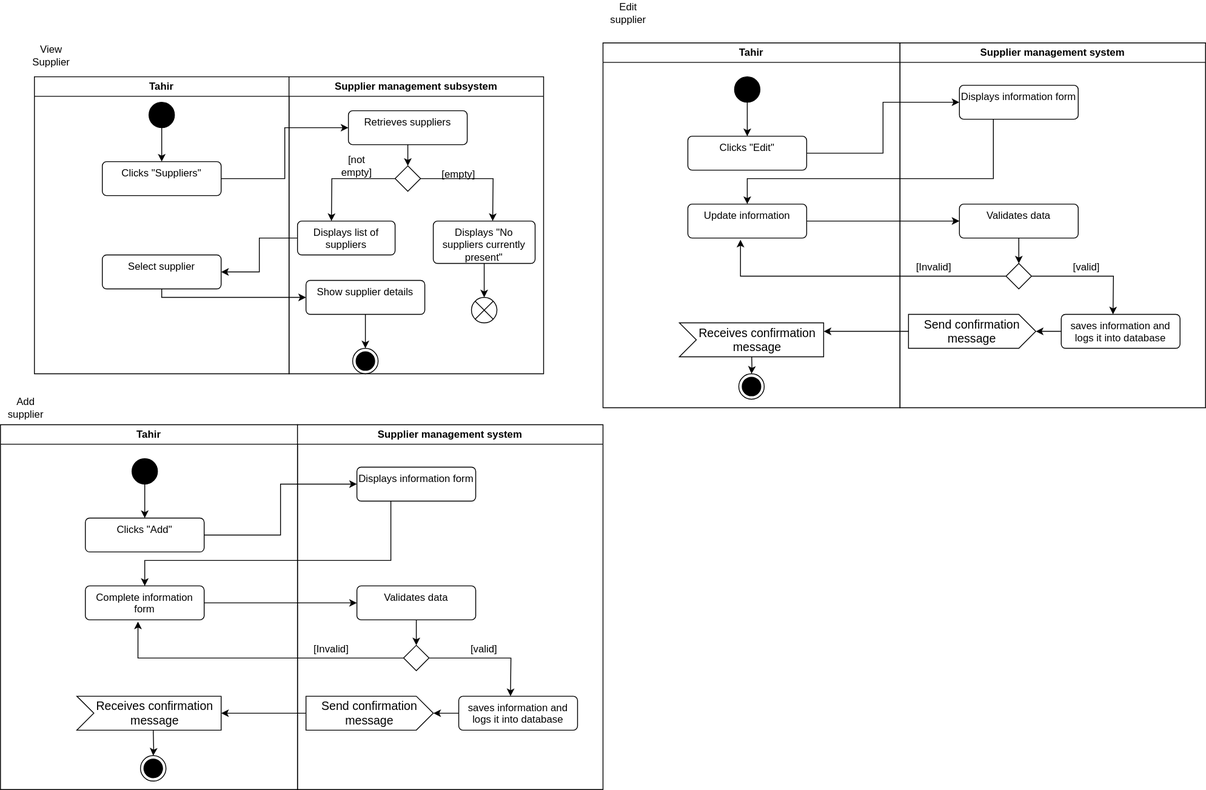
Earlier version of the draw.io export supplier_act.svg (Simamkele88/IFM3_GP). Source tidied: cells renumbered, new cells last; positions are measured from the earlier drawing's top-left corner, leaving out a move shared by most shapes.
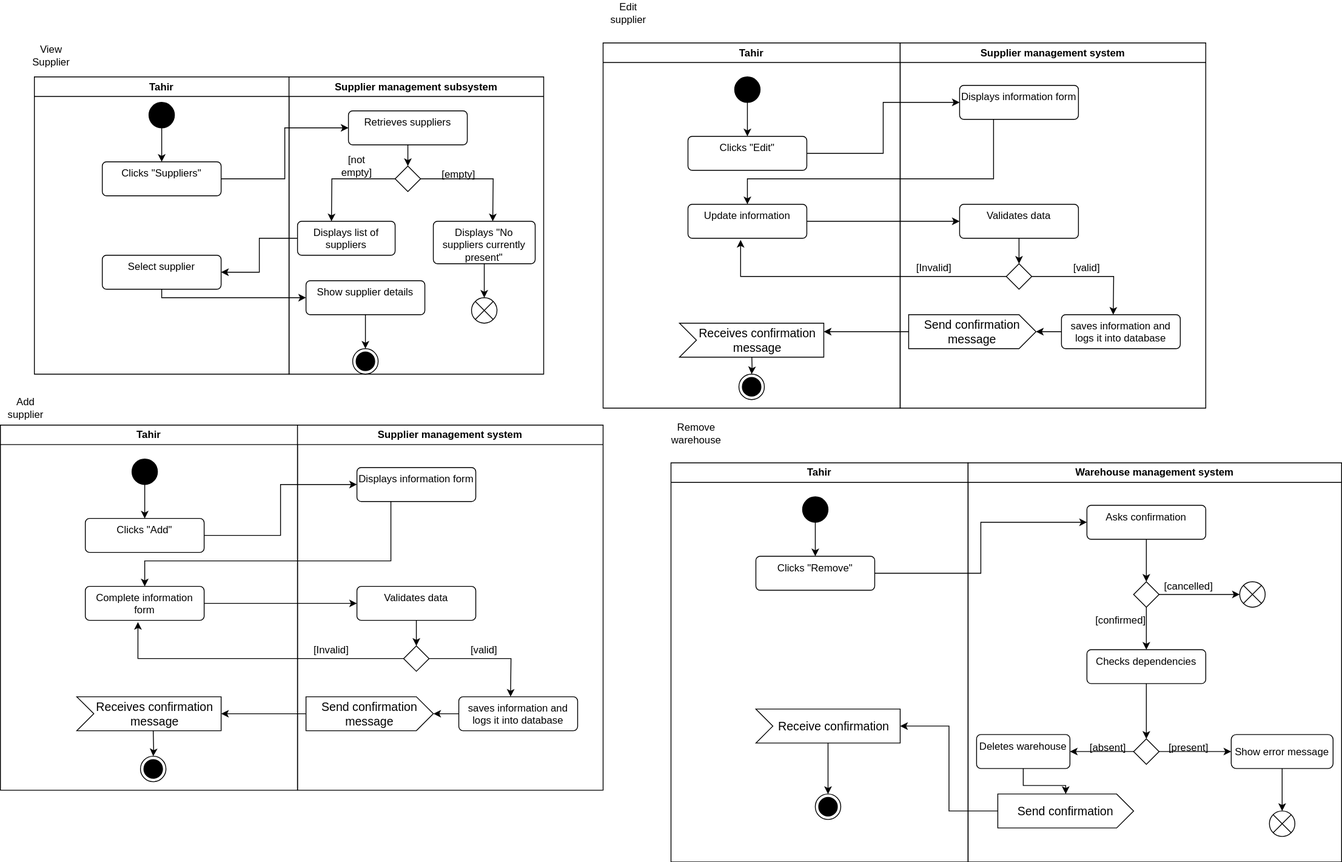
The same file after the commit.

What changed in the source:
```diff
@@ -263,5 +263,106 @@
     <mxCell id="77" value="Add supplier" style="text;html=1;align=center;verticalAlign=middle;whiteSpace=wrap;rounded=0;" parent="1" vertex="1">
       <mxGeometry y="465" width="60" height="30" as="geometry" />
     </mxCell>
+    <mxCell id="78" value="Tahir" style="swimlane;whiteSpace=wrap;html=1;" parent="1" vertex="1">
+      <mxGeometry x="790" y="544.5" width="350" height="470" as="geometry" />
+    </mxCell>
+    <mxCell id="79" style="edgeStyle=orthogonalEdgeStyle;rounded=0;jettySize=auto;html=1;" parent="78" edge="1" source="80" target="81">
+      <mxGeometry relative="1" as="geometry" />
+    </mxCell>
+    <mxCell id="80" style="ellipse;fillColor=strokeColor;html=1;" parent="78" vertex="1">
+      <mxGeometry x="155" y="40" width="30" height="30" as="geometry" />
+    </mxCell>
+    <mxCell id="81" value="Clicks &quot;Remove&quot;" style="html=1;align=center;verticalAlign=top;rounded=1;absoluteArcSize=1;arcSize=10;dashed=0;whiteSpace=wrap;" parent="78" vertex="1">
+      <mxGeometry x="100" y="110" width="140" height="40" as="geometry" />
+    </mxCell>
+    <mxCell id="82" style="ellipse;html=1;shape=endState;fillColor=strokeColor;" parent="78" vertex="1">
+      <mxGeometry x="170" y="390" width="30" height="30" as="geometry" />
+    </mxCell>
+    <mxCell id="83" style="edgeStyle=orthogonalEdgeStyle;rounded=0;jettySize=auto;html=1;" parent="78" edge="1" source="84" target="82">
+      <mxGeometry relative="1" as="geometry" />
+    </mxCell>
+    <mxCell id="84" value="Receive confirmation" style="html=1;shape=mxgraph.infographic.ribbonSimple;notch1=20;notch2=0;align=center;verticalAlign=middle;fontSize=14;fontStyle=0;fillColor=#FFFFFF;flipH=0;spacingRight=0;spacingLeft=14;whiteSpace=wrap;" parent="78" vertex="1">
+      <mxGeometry x="100" y="290" width="170" height="40" as="geometry" />
+    </mxCell>
+    <mxCell id="85" value="Warehouse management system" style="swimlane;whiteSpace=wrap;html=1;" parent="1" vertex="1">
+      <mxGeometry x="1140" y="544.5" width="440" height="470" as="geometry" />
+    </mxCell>
+    <mxCell id="86" style="edgeStyle=orthogonalEdgeStyle;rounded=0;jettySize=auto;html=1;" parent="85" edge="1" source="87" target="90">
+      <mxGeometry relative="1" as="geometry" />
+    </mxCell>
+    <mxCell id="87" value="Asks confirmation" style="html=1;align=center;verticalAlign=top;rounded=1;absoluteArcSize=1;arcSize=10;dashed=0;whiteSpace=wrap;" parent="85" vertex="1">
+      <mxGeometry x="140" y="50" width="140" height="40" as="geometry" />
+    </mxCell>
+    <mxCell id="88" style="edgeStyle=orthogonalEdgeStyle;rounded=0;jettySize=auto;html=1;" parent="85" edge="1" source="90" target="91">
+      <mxGeometry relative="1" as="geometry" />
+    </mxCell>
+    <mxCell id="89" style="edgeStyle=orthogonalEdgeStyle;rounded=0;jettySize=auto;html=1;" parent="85" edge="1" source="90" target="94">
+      <mxGeometry relative="1" as="geometry" />
+    </mxCell>
+    <mxCell id="90" style="rhombus;" parent="85" vertex="1">
+      <mxGeometry x="195" y="140" width="30" height="30" as="geometry" />
+    </mxCell>
+    <mxCell id="91" style="shape=sumEllipse;perimeter=ellipsePerimeter;html=1;backgroundOutline=1;" parent="85" vertex="1">
+      <mxGeometry x="320" y="140" width="30" height="30" as="geometry" />
+    </mxCell>
+    <mxCell id="92" value="[cancelled]" style="text;html=1;align=center;verticalAlign=middle;whiteSpace=wrap;rounded=0;" parent="85" vertex="1">
+      <mxGeometry x="230" y="130" width="60" height="30" as="geometry" />
+    </mxCell>
+    <mxCell id="93" style="edgeStyle=orthogonalEdgeStyle;rounded=0;jettySize=auto;html=1;" parent="85" edge="1" source="94" target="98">
+      <mxGeometry relative="1" as="geometry" />
+    </mxCell>
+    <mxCell id="94" value="Checks dependencies" style="html=1;align=center;verticalAlign=top;rounded=1;absoluteArcSize=1;arcSize=10;dashed=0;whiteSpace=wrap;" parent="85" vertex="1">
+      <mxGeometry x="140" y="220" width="140" height="40" as="geometry" />
+    </mxCell>
+    <mxCell id="95" value="[confirmed]" style="text;html=1;align=center;verticalAlign=middle;whiteSpace=wrap;rounded=0;" parent="85" vertex="1">
+      <mxGeometry x="150" y="170" width="60" height="30" as="geometry" />
+    </mxCell>
+    <mxCell id="96" style="edgeStyle=orthogonalEdgeStyle;rounded=0;jettySize=auto;html=1;" parent="85" edge="1" source="98" target="100">
+      <mxGeometry relative="1" as="geometry" />
+    </mxCell>
+    <mxCell id="97" style="edgeStyle=orthogonalEdgeStyle;rounded=0;jettySize=auto;html=1;" parent="85" edge="1" source="98">
+      <mxGeometry relative="1" as="geometry">
+        <mxPoint x="120" y="340" as="targetPoint" />
+      </mxGeometry>
+    </mxCell>
+    <mxCell id="98" style="rhombus;" parent="85" vertex="1">
+      <mxGeometry x="195" y="325" width="30" height="30" as="geometry" />
+    </mxCell>
+    <mxCell id="99" style="edgeStyle=orthogonalEdgeStyle;rounded=0;jettySize=auto;html=1;" parent="85" edge="1" source="100" target="105">
+      <mxGeometry relative="1" as="geometry" />
+    </mxCell>
+    <mxCell id="100" value="Show error message" style="rounded=1;whiteSpace=wrap;html=1;" parent="85" vertex="1">
+      <mxGeometry x="310" y="320" width="120" height="40" as="geometry" />
+    </mxCell>
+    <mxCell id="101" value="[present]&lt;span style=&quot;color: rgba(0, 0, 0, 0); font-family: monospace; font-size: 0px; text-align: start; text-wrap-mode: nowrap;&quot;&gt;%3CmxGraphModel%3E%3Croot%3E%3CmxCell%20id%3D%220%22%2F%3E%3CmxCell%20id%3D%221%22%20parent%3D%220%22%2F%3E%3CmxCell%20id%3D%222%22%20value%3D%22%5Bcancelled%5D%22%20style%3D%22text%3Bhtml%3D1%3Balign%3Dcenter%3BverticalAlign%3Dmiddle%3BwhiteSpace%3Dwrap%3Brounded%3D0%3B%22%20vertex%3D%221%22%20parent%3D%221%22%3E%3CmxGeometry%20x%3D%221440%22%20y%3D%22750%22%20width%3D%2260%22%20height%3D%2230%22%20as%3D%22geometry%22%2F%3E%3C%2FmxCell%3E%3C%2Froot%3E%3C%2FmxGraphModel%3E&lt;/span&gt;" style="text;html=1;align=center;verticalAlign=middle;whiteSpace=wrap;rounded=0;" parent="85" vertex="1">
+      <mxGeometry x="230" y="320" width="60" height="30" as="geometry" />
+    </mxCell>
+    <mxCell id="102" value="[absent]" style="text;html=1;align=center;verticalAlign=middle;whiteSpace=wrap;rounded=0;" parent="85" vertex="1">
+      <mxGeometry x="135" y="320" width="60" height="30" as="geometry" />
+    </mxCell>
+    <mxCell id="103" style="edgeStyle=orthogonalEdgeStyle;rounded=0;jettySize=auto;html=1;" parent="85" edge="1" source="104" target="106">
+      <mxGeometry relative="1" as="geometry" />
+    </mxCell>
+    <mxCell id="104" value="Deletes warehouse" style="html=1;align=center;verticalAlign=top;rounded=1;absoluteArcSize=1;arcSize=10;dashed=0;whiteSpace=wrap;" parent="85" vertex="1">
+      <mxGeometry x="10" y="320" width="110" height="40" as="geometry" />
+    </mxCell>
+    <mxCell id="105" style="shape=sumEllipse;perimeter=ellipsePerimeter;html=1;backgroundOutline=1;" parent="85" vertex="1">
+      <mxGeometry x="355" y="410" width="30" height="30" as="geometry" />
+    </mxCell>
+    <mxCell id="106" value="Send confirmation" style="html=1;shape=mxgraph.infographic.ribbonSimple;notch1=0;notch2=20;align=center;verticalAlign=middle;fontSize=14;fontStyle=0;fillColor=#FFFFFF;whiteSpace=wrap;" parent="85" vertex="1">
+      <mxGeometry x="35" y="390" width="160" height="40" as="geometry" />
+    </mxCell>
+    <mxCell id="107" style="edgeStyle=orthogonalEdgeStyle;rounded=0;jettySize=auto;html=1;entryX=0;entryY=0.5;entryDx=0;entryDy=0;" parent="1" edge="1" source="81" target="87">
+      <mxGeometry relative="1" as="geometry" />
+    </mxCell>
+    <mxCell id="108" value="Remove warehouse" style="text;html=1;align=center;verticalAlign=middle;whiteSpace=wrap;rounded=0;" parent="1" vertex="1">
+      <mxGeometry x="790" y="494.5" width="60" height="30" as="geometry" />
+    </mxCell>
+    <mxCell id="109" style="edgeStyle=orthogonalEdgeStyle;rounded=0;orthogonalLoop=1;jettySize=auto;html=1;exitX=0.5;exitY=1;exitDx=0;exitDy=0;" parent="1" edge="1" source="108" target="108">
+      <mxGeometry relative="1" as="geometry" />
+    </mxCell>
+    <mxCell id="110" style="edgeStyle=orthogonalEdgeStyle;rounded=0;jettySize=auto;html=1;entryX=1;entryY=0.5;entryDx=0;entryDy=0;entryPerimeter=0;" parent="1" edge="1" source="106" target="84">
+      <mxGeometry relative="1" as="geometry" />
+    </mxCell>
   </root>
 </mxGraphModel>
```
